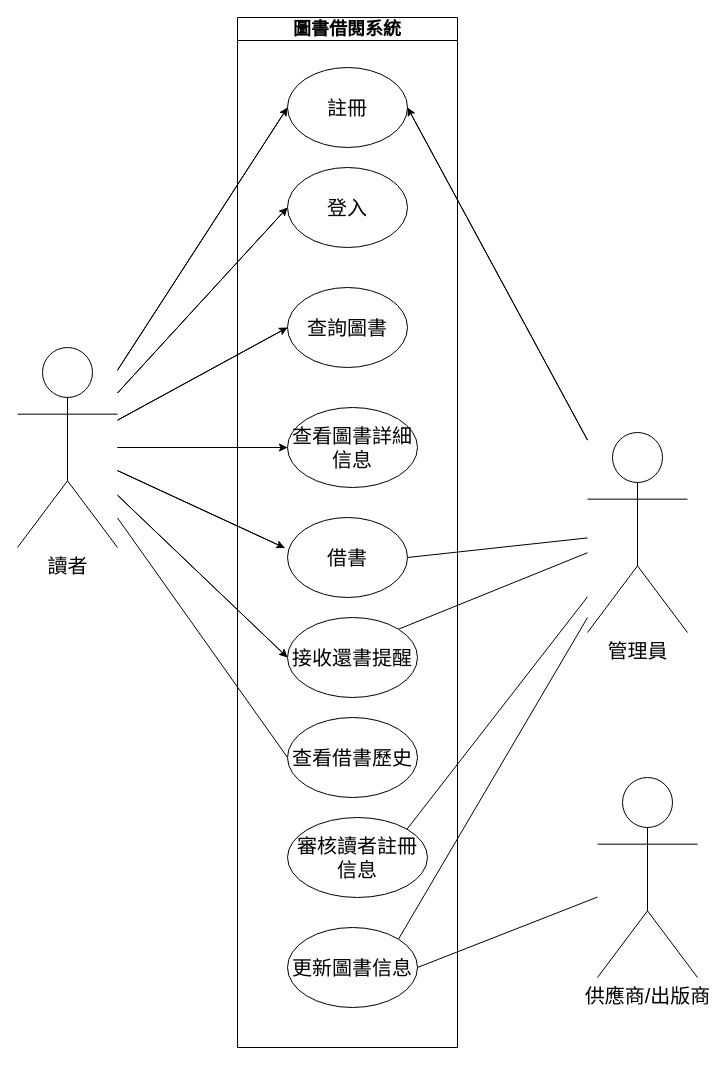
This is page "使用者案例圖" (2 of 4) of main.drawio from YaXun1103/112-2FinalPorject, a draw.io file, before an edit. Source tidied: cells renumbered, new cells numbered last; positions are measured from the earlier drawing's top-left corner, leaving out a move shared by most shapes. Both pictures are drawn from the tidied source at 100%, with x=0, y=0 at pixel (17, 17).
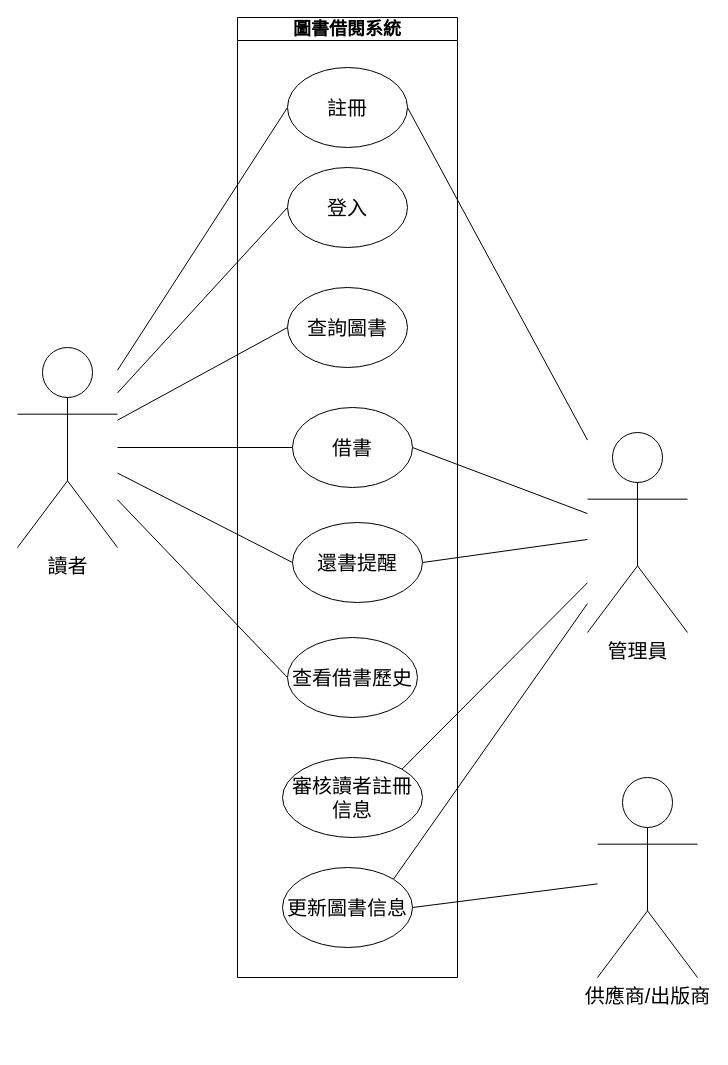
Above is the later version.

The change refers to these unchanged cells:
```xml
<mxCell id="9" value="&lt;font style=&quot;font-size: 20px;&quot;&gt;讀者&lt;/font&gt;" style="shape=umlActor;verticalLabelPosition=bottom;verticalAlign=top;html=1;outlineConnect=0;" parent="1" vertex="1">
  <mxGeometry y="330" width="100" height="200" as="geometry" />
</mxCell>
<mxCell id="17" value="&lt;font style=&quot;font-size: 20px;&quot;&gt;管理員&lt;/font&gt;" style="shape=umlActor;verticalLabelPosition=bottom;verticalAlign=top;html=1;outlineConnect=0;" parent="1" vertex="1">
  <mxGeometry x="570" y="415" width="100" height="200" as="geometry" />
</mxCell>
<mxCell id="19" value="註冊" style="ellipse;whiteSpace=wrap;html=1;fontSize=20;" parent="18" vertex="1">
  <mxGeometry x="50" y="50" width="120" height="80" as="geometry" />
</mxCell>
<mxCell id="26" value="查詢圖書" style="ellipse;whiteSpace=wrap;html=1;fontSize=20;" parent="18" vertex="1">
  <mxGeometry x="50" y="270" width="120" height="80" as="geometry" />
</mxCell>
<mxCell id="27" value="登入" style="ellipse;whiteSpace=wrap;html=1;fontSize=20;" parent="18" vertex="1">
  <mxGeometry x="50" y="150" width="120" height="80" as="geometry" />
</mxCell>
```

Change to the diagram source:
```diff
@@
-    <mxCell id="2" style="edgeStyle=none;html=1;entryX=0;entryY=0.5;entryDx=0;entryDy=0;fontSize=18;" parent="1" edge="1" source="9" target="19">
+    <mxCell id="2" style="edgeStyle=none;html=1;entryX=0;entryY=0.5;entryDx=0;entryDy=0;startArrow=none;startFill=0;endArrow=none;endFill=0;" parent="1" edge="1" source="9" target="19">
       <mxGeometry relative="1" as="geometry" />
     </mxCell>
-    <mxCell id="3" style="edgeStyle=none;html=1;entryX=0;entryY=0.5;entryDx=0;entryDy=0;fontSize=18;" parent="1" edge="1" source="9" target="27">
+    <mxCell id="3" style="edgeStyle=none;html=1;entryX=0;entryY=0.5;entryDx=0;entryDy=0;startArrow=none;startFill=0;endArrow=none;endFill=0;" parent="1" edge="1" source="9" target="27">
       <mxGeometry relative="1" as="geometry" />
     </mxCell>
-    <mxCell id="4" style="edgeStyle=none;html=1;entryX=0;entryY=0.5;entryDx=0;entryDy=0;fontSize=18;" parent="1" edge="1" source="9" target="26">
+    <mxCell id="4" style="edgeStyle=none;html=1;entryX=0;entryY=0.5;entryDx=0;entryDy=0;startArrow=none;startFill=0;endArrow=none;endFill=0;" parent="1" edge="1" source="9" target="26">
       <mxGeometry relative="1" as="geometry" />
     </mxCell>
-    <mxCell id="5" style="edgeStyle=none;html=1;entryX=0;entryY=0.5;entryDx=0;entryDy=0;fontSize=18;" parent="1" edge="1" source="9" target="20">
-      <mxGeometry relative="1" as="geometry" />
-    </mxCell>
-    <mxCell id="6" style="edgeStyle=none;html=1;entryX=-0.023;entryY=0.38;entryDx=0;entryDy=0;entryPerimeter=0;fontSize=18;" parent="1" edge="1" source="9" target="21">
+    <mxCell id="6" style="edgeStyle=none;html=1;entryX=0;entryY=0.5;entryDx=0;entryDy=0;startArrow=none;startFill=0;endArrow=none;endFill=0;" parent="1" edge="1" source="9" target="21">
       <mxGeometry relative="1" as="geometry" />
     </mxCell>
-    <mxCell id="7" style="edgeStyle=none;html=1;entryX=0;entryY=0.5;entryDx=0;entryDy=0;fontSize=18;" parent="1" edge="1" source="9" target="25">
+    <mxCell id="7" style="edgeStyle=none;html=1;entryX=0;entryY=0.5;entryDx=0;entryDy=0;startArrow=none;startFill=0;endArrow=none;endFill=0;" parent="1" edge="1" source="9" target="25">
       <mxGeometry relative="1" as="geometry" />
     </mxCell>
-    <mxCell id="8" style="edgeStyle=none;html=1;entryX=0;entryY=0.5;entryDx=0;entryDy=0;fontSize=18;endArrow=none;endFill=0;" parent="1" edge="1" source="9" target="22">
+    <mxCell id="8" style="edgeStyle=none;html=1;entryX=0;entryY=0.5;entryDx=0;entryDy=0;startArrow=none;startFill=0;endArrow=none;endFill=0;" parent="1" edge="1" source="9" target="22">
       <mxGeometry relative="1" as="geometry" />
     </mxCell>
@@
-    <mxCell id="12" style="edgeStyle=none;html=1;entryX=1;entryY=0;entryDx=0;entryDy=0;fontSize=18;endArrow=none;endFill=0;" parent="1" edge="1" source="17" target="23">
-      <mxGeometry relative="1" as="geometry" />
-    </mxCell>
@@
-    <mxCell id="14" style="edgeStyle=none;html=1;entryX=1;entryY=0.5;entryDx=0;entryDy=0;fontSize=18;" parent="1" edge="1" source="17" target="19">
+    <mxCell id="14" style="edgeStyle=none;html=1;entryX=1;entryY=0.5;entryDx=0;entryDy=0;startArrow=none;startFill=0;endArrow=none;endFill=0;" parent="1" edge="1" source="17" target="19">
       <mxGeometry relative="1" as="geometry" />
     </mxCell>
-    <mxCell id="15" style="edgeStyle=none;html=1;entryX=1;entryY=0.5;entryDx=0;entryDy=0;fontSize=18;endArrow=none;endFill=0;" parent="1" edge="1" source="17" target="21">
+    <mxCell id="15" style="edgeStyle=none;html=1;entryX=1;entryY=0.5;entryDx=0;entryDy=0;startArrow=none;startFill=0;endArrow=none;endFill=0;" parent="1" edge="1" source="17" target="21">
       <mxGeometry relative="1" as="geometry" />
     </mxCell>
-    <mxCell id="16" style="edgeStyle=none;html=1;entryX=1;entryY=0;entryDx=0;entryDy=0;fontSize=18;endArrow=none;endFill=0;" parent="1" edge="1" source="17" target="25">
+    <mxCell id="16" style="edgeStyle=none;html=1;entryX=1;entryY=0.5;entryDx=0;entryDy=0;startArrow=none;startFill=0;endArrow=none;endFill=0;" parent="1" edge="1" source="17" target="25">
       <mxGeometry relative="1" as="geometry" />
     </mxCell>
+    <mxCell id="12" style="edgeStyle=none;html=1;entryX=1;entryY=0;entryDx=0;entryDy=0;startArrow=none;startFill=0;endArrow=none;endFill=0;" parent="1" edge="1" source="17" target="23">
+      <mxGeometry relative="1" as="geometry" />
+    </mxCell>
@@
     <mxCell id="18" value="&lt;font style=&quot;font-size: 18px;&quot;&gt;圖書借閱系統&lt;/font&gt;" style="swimlane;whiteSpace=wrap;html=1;" parent="1" vertex="1">
-      <mxGeometry x="220" width="220" height="1030" as="geometry" />
+      <mxGeometry x="220" width="220" height="960" as="geometry" />
     </mxCell>
@@
-    <mxCell id="20" value="&lt;div&gt;查看圖書詳細&lt;/div&gt;&lt;div&gt;信息&lt;/div&gt;" style="ellipse;whiteSpace=wrap;html=1;fontSize=20;" parent="18" vertex="1">
-      <mxGeometry x="50" y="390" width="130" height="80" as="geometry" />
-    </mxCell>
     <mxCell id="21" value="借書" style="ellipse;whiteSpace=wrap;html=1;fontSize=20;" parent="18" vertex="1">
-      <mxGeometry x="50" y="500" width="120" height="80" as="geometry" />
+      <mxGeometry x="55" y="390" width="120" height="80" as="geometry" />
     </mxCell>
     <mxCell id="22" value="查看借書歷史" style="ellipse;whiteSpace=wrap;html=1;fontSize=20;" parent="18" vertex="1">
-      <mxGeometry x="50" y="700" width="130" height="80" as="geometry" />
+      <mxGeometry x="50" y="620" width="130" height="80" as="geometry" />
     </mxCell>
     <mxCell id="23" value="&lt;div&gt;審核讀者註冊&lt;/div&gt;&lt;div&gt;信息&lt;/div&gt;" style="ellipse;whiteSpace=wrap;html=1;fontSize=20;" parent="18" vertex="1">
-      <mxGeometry x="50" y="800" width="140" height="80" as="geometry" />
+      <mxGeometry x="45" y="740" width="140" height="80" as="geometry" />
     </mxCell>
     <mxCell id="24" value="更新圖書信息" style="ellipse;whiteSpace=wrap;html=1;fontSize=20;" parent="18" vertex="1">
-      <mxGeometry x="50" y="910" width="130" height="80" as="geometry" />
+      <mxGeometry x="45" y="850" width="130" height="80" as="geometry" />
     </mxCell>
-    <mxCell id="25" value="接收還書提醒" style="ellipse;whiteSpace=wrap;html=1;fontSize=20;" parent="18" vertex="1">
-      <mxGeometry x="50" y="600" width="130" height="80" as="geometry" />
+    <mxCell id="25" value="還書提醒" style="ellipse;whiteSpace=wrap;html=1;fontSize=20;" parent="18" vertex="1">
+      <mxGeometry x="55" y="505" width="130" height="80" as="geometry" />
     </mxCell>
@@
-    <mxCell id="28" style="edgeStyle=none;html=1;entryX=1;entryY=0.5;entryDx=0;entryDy=0;fontSize=18;endArrow=none;endFill=0;" parent="1" edge="1">
-      <mxGeometry relative="1" as="geometry">
-        <mxPoint x="570" y="422.6" as="sourcePoint" />
-        <mxPoint x="390" y="90" as="targetPoint" />
-      </mxGeometry>
-    </mxCell>
-    <mxCell id="29" style="edgeStyle=none;html=1;entryX=0;entryY=0.5;entryDx=0;entryDy=0;fontSize=18;endArrow=none;endFill=0;" parent="1" edge="1">
-      <mxGeometry relative="1" as="geometry">
-        <mxPoint x="100" y="352.7" as="sourcePoint" />
-        <mxPoint x="270" y="90" as="targetPoint" />
-      </mxGeometry>
-    </mxCell>
-    <mxCell id="30" style="edgeStyle=none;html=1;entryX=0;entryY=0.5;entryDx=0;entryDy=0;fontSize=18;endArrow=none;endFill=0;" parent="1" edge="1">
-      <mxGeometry relative="1" as="geometry">
-        <mxPoint x="100" y="375.5" as="sourcePoint" />
-        <mxPoint x="270" y="190" as="targetPoint" />
-      </mxGeometry>
-    </mxCell>
-    <mxCell id="31" style="edgeStyle=none;html=1;entryX=0;entryY=0.5;entryDx=0;entryDy=0;fontSize=18;endArrow=none;endFill=0;" parent="1" edge="1">
-      <mxGeometry relative="1" as="geometry">
-        <mxPoint x="100" y="402.7" as="sourcePoint" />
-        <mxPoint x="270" y="310" as="targetPoint" />
-      </mxGeometry>
-    </mxCell>
-    <mxCell id="32" style="edgeStyle=none;html=1;entryX=0;entryY=0.5;entryDx=0;entryDy=0;fontSize=18;endArrow=none;endFill=0;" parent="1" edge="1">
-      <mxGeometry relative="1" as="geometry">
-        <mxPoint x="100" y="430" as="sourcePoint" />
-        <mxPoint x="270" y="430" as="targetPoint" />
-      </mxGeometry>
-    </mxCell>
-    <mxCell id="33" style="edgeStyle=none;html=1;entryX=-0.023;entryY=0.38;entryDx=0;entryDy=0;entryPerimeter=0;fontSize=18;endArrow=none;endFill=0;" parent="1" edge="1">
-      <mxGeometry relative="1" as="geometry">
-        <mxPoint x="100" y="453.1" as="sourcePoint" />
-        <mxPoint x="267.2" y="530.4" as="targetPoint" />
-      </mxGeometry>
-    </mxCell>
-    <mxCell id="34" style="edgeStyle=none;html=1;entryX=0;entryY=0.5;entryDx=0;entryDy=0;fontSize=18;endArrow=none;endFill=0;" parent="1" edge="1">
-      <mxGeometry relative="1" as="geometry">
-        <mxPoint x="100" y="477.7" as="sourcePoint" />
-        <mxPoint x="270" y="640" as="targetPoint" />
-      </mxGeometry>
-    </mxCell>
```
